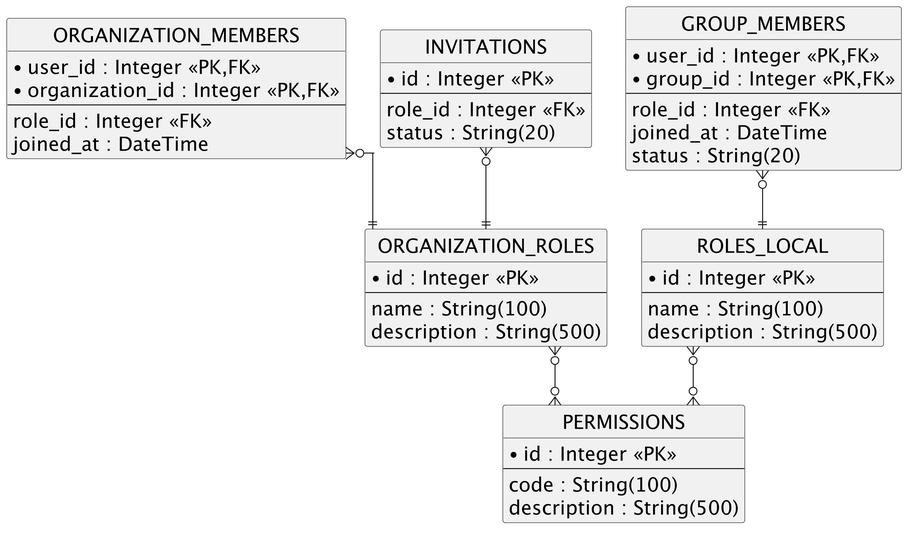
This is docs/diagrams/er-rbac.png from yasunobu-nonaka/nextjs-flask-labnoteapp, a PlantUML export, as it was before one commit.
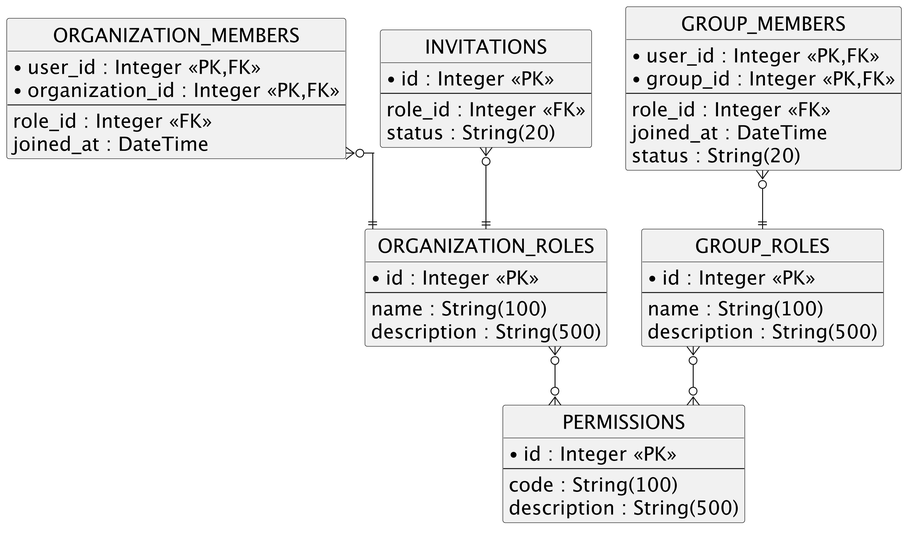
The same diagram one commit later.

Diff of the diagram source:
```diff
@@ -38,7 +38,7 @@
   status : String(20)
 }
 
-entity "ROLES_LOCAL" as ROLES_LOCAL {
+entity "GROUP_ROLES" as GROUP_ROLES {
   * id : Integer <<PK>>
   --
   name : String(100)
@@ -55,6 +55,6 @@
 ORGANIZATION_MEMBERS }o--|| ORGANIZATION_ROLES
 INVITATIONS }o--|| ORGANIZATION_ROLES
 ORGANIZATION_ROLES }o--o{ PERMISSIONS
-GROUP_MEMBERS }o--|| ROLES_LOCAL
-ROLES_LOCAL }o--o{ PERMISSIONS
+GROUP_MEMBERS }o--|| GROUP_ROLES
+GROUP_ROLES }o--o{ PERMISSIONS
 @enduml
```
